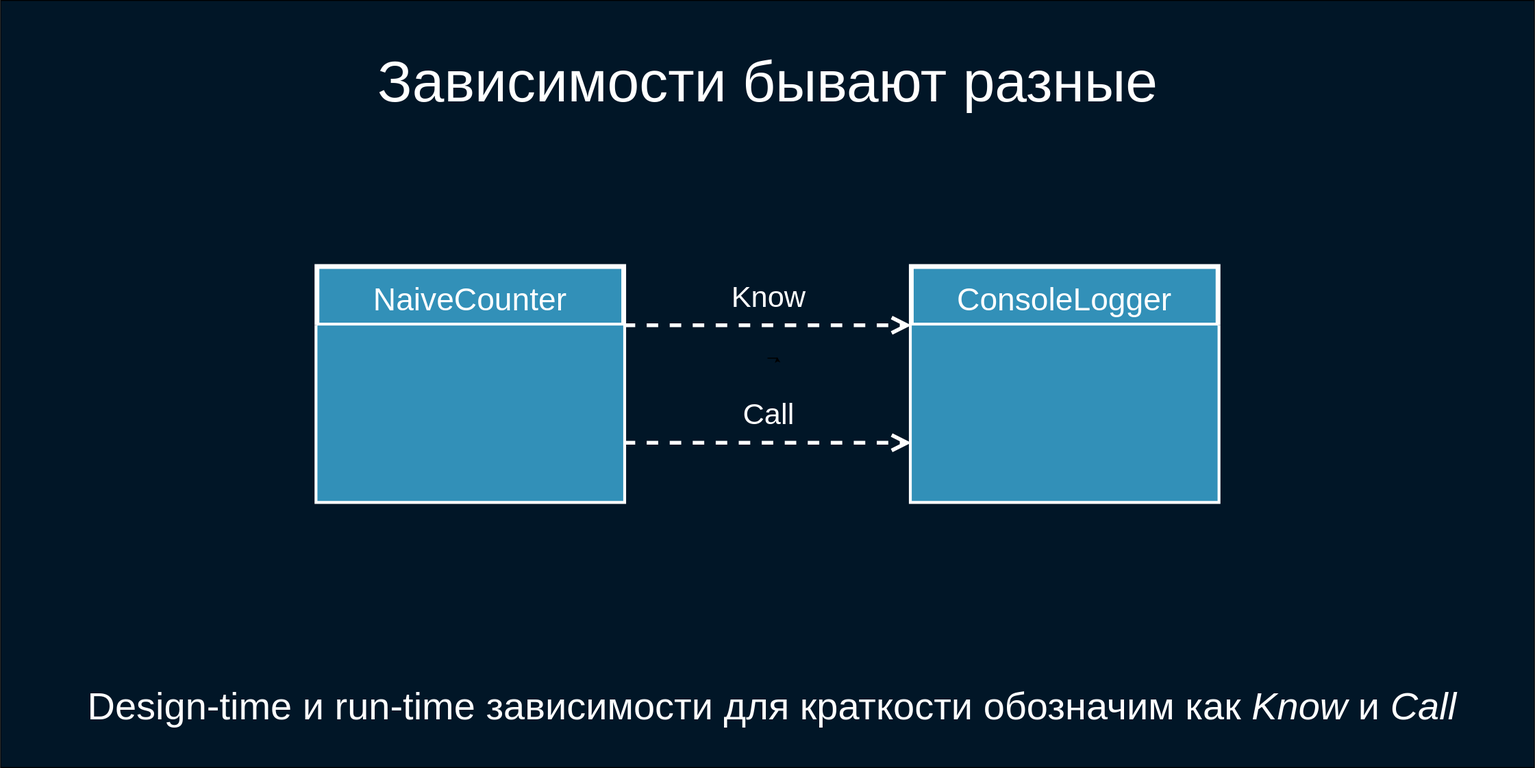
This is deck/ru/diagrams/naive3.svg from softspiders/dip-in-ca-deck, a draw.io export, as it was before one commit. Source tidied: cells renumbered, new cells last; positions are measured from the earlier drawing's top-left corner, leaving out a move shared by most shapes.
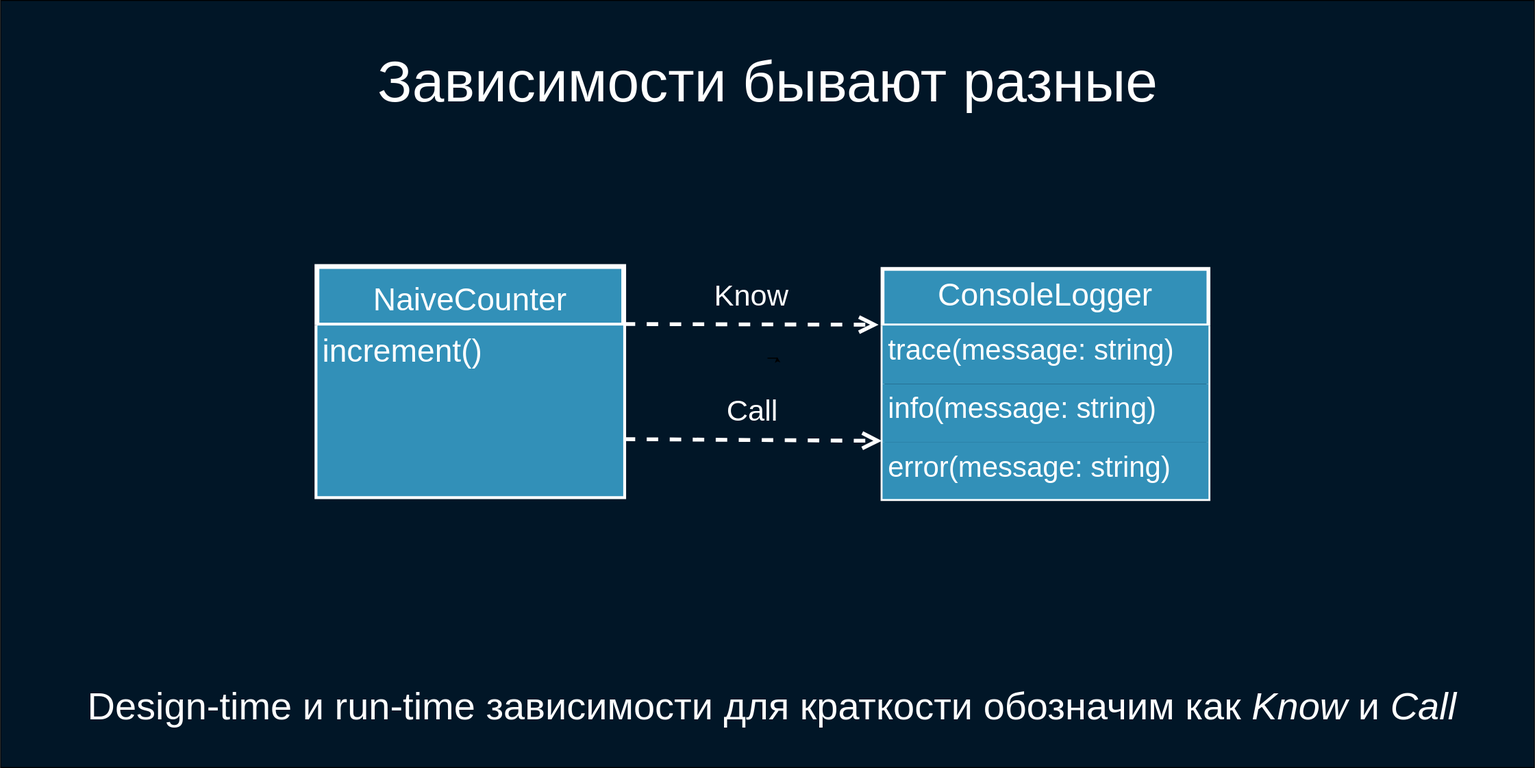
Later version of the same file.

The edit, as a diff of the source:
```diff
@@ -5,21 +5,15 @@
     <mxCell id="2" style="rounded=0;whiteSpace=wrap;html=1;fillColor=#011627;fontSize=30;fontColor=#FFFFFF;strokeColor=#000000;" parent="1" vertex="1">
       <mxGeometry width="1600" height="800" as="geometry" />
     </mxCell>
-    <mxCell id="3" value="Know" style="endArrow=open;endSize=12;dashed=1;html=1;fontSize=31;fontColor=#FFFFFF;strokeColor=#FFFFFF;entryX=0;entryY=0.25;entryDx=0;entryDy=0;strokeWidth=4;labelBackgroundColor=none;rounded=0;exitX=1;exitY=0.25;exitDx=0;exitDy=0;" parent="1" edge="1" source="4" target="6">
+    <mxCell id="3" value="Know" style="endArrow=open;endSize=12;dashed=1;html=1;fontSize=31;fontColor=#FFFFFF;strokeColor=#FFFFFF;entryX=-0.012;entryY=-0.014;entryDx=0;entryDy=0;strokeWidth=4;labelBackgroundColor=none;rounded=0;exitX=1;exitY=0.25;exitDx=0;exitDy=0;entryPerimeter=0;" parent="1" edge="1" source="4" target="12">
       <mxGeometry y="30" relative="1" as="geometry" />
     </mxCell>
     <mxCell id="4" value="NaiveCounter" style="swimlane;fontStyle=0;horizontal=1;startSize=61;fillColor=#3290B8;strokeColor=#FFFFFF;strokeWidth=5;fontSize=33;fontColor=#FFFFFF;" parent="1" vertex="1">
-      <mxGeometry x="330" y="277.5" width="320" height="245" as="geometry" />
+      <mxGeometry x="330" y="277.5" width="320" height="240" as="geometry" />
     </mxCell>
-    <mxCell id="5" style="text;strokeColor=#FFFFFF;fillColor=#3290B8;align=left;verticalAlign=top;spacingLeft=4;spacingRight=4;overflow=hidden;strokeWidth=1;" parent="4" vertex="1">
-      <mxGeometry y="61" width="320" height="184" as="geometry" />
+    <mxCell id="5" value="increment()" style="text;strokeColor=#FFFFFF;fillColor=#3290B8;align=left;verticalAlign=top;spacingLeft=4;spacingRight=4;overflow=hidden;strokeWidth=1;fontSize=33;fontColor=#FFFFFF;" parent="4" vertex="1">
+      <mxGeometry y="61" width="320" height="179" as="geometry" />
     </mxCell>
-    <mxCell id="6" value="ConsoleLogger" style="swimlane;fontStyle=0;horizontal=1;startSize=61;fillColor=#3290B8;strokeColor=#FFFFFF;strokeWidth=5;fontSize=33;fontColor=#FFFFFF;" parent="1" vertex="1">
-      <mxGeometry x="950" y="277.5" width="320" height="245" as="geometry" />
-    </mxCell>
-    <mxCell id="7" style="text;strokeColor=#FFFFFF;fillColor=#3290B8;align=left;verticalAlign=top;spacingLeft=4;spacingRight=4;overflow=hidden;strokeWidth=1;" parent="6" vertex="1">
-      <mxGeometry y="61" width="320" height="184" as="geometry" />
-    </mxCell>
     <mxCell id="8" style="edgeStyle=orthogonalEdgeStyle;rounded=0;orthogonalLoop=1;jettySize=auto;html=1;exitX=0.5;exitY=1;exitDx=0;exitDy=0;entryX=0.553;entryY=0.974;entryDx=0;entryDy=0;entryPerimeter=0;fontSize=33;fontColor=#FFFFFF;" parent="1" edge="1">
       <mxGeometry relative="1" as="geometry">
         <mxPoint x="800" y="373" as="sourcePoint" />
@@ -29,11 +23,23 @@
     <mxCell id="9" value="Зависимости бывают разные" style="text;html=1;strokeColor=none;fillColor=none;align=center;verticalAlign=middle;whiteSpace=wrap;rounded=0;fontSize=60;fontColor=#FFFFFF;" parent="1" vertex="1">
       <mxGeometry x="353.8" y="50" width="892.5" height="70" as="geometry" />
     </mxCell>
-    <mxCell id="10" value="Call" style="endArrow=open;endSize=12;dashed=1;html=1;fontSize=31;fontColor=#FFFFFF;strokeColor=#FFFFFF;entryX=0;entryY=0.75;entryDx=0;entryDy=0;strokeWidth=4;labelBackgroundColor=none;rounded=0;exitX=1;exitY=0.75;exitDx=0;exitDy=0;" parent="1" edge="1" source="4" target="6">
+    <mxCell id="10" value="Call" style="endArrow=open;endSize=12;dashed=1;html=1;fontSize=31;fontColor=#FFFFFF;strokeColor=#FFFFFF;entryX=-0.002;entryY=0.972;entryDx=0;entryDy=0;strokeWidth=4;labelBackgroundColor=none;rounded=0;exitX=1;exitY=0.75;exitDx=0;exitDy=0;entryPerimeter=0;" parent="1" edge="1" source="4" target="13">
       <mxGeometry y="30" relative="1" as="geometry" />
     </mxCell>
     <mxCell id="11" value="Design-time и run-time зависимости для краткости обозначим как &lt;i&gt;Know&lt;/i&gt; и &lt;i&gt;Call&lt;/i&gt;" style="text;html=1;strokeColor=none;fillColor=none;align=center;verticalAlign=middle;whiteSpace=wrap;rounded=0;fontSize=40;fontColor=#FFFFFF;" parent="1" vertex="1">
       <mxGeometry x="20" y="700" width="1570" height="70" as="geometry" />
     </mxCell>
+    <mxCell id="6" value="ConsoleLogger" style="swimlane;fontStyle=0;align=center;verticalAlign=top;horizontal=1;startSize=59;strokeColor=#FFFFFF;strokeWidth=4;fillColor=#3290B8;fontSize=33;fontColor=#FFFFFF;labelBackgroundColor=none;" parent="1" vertex="1">
+      <mxGeometry x="920" y="280" width="340" height="240" as="geometry" />
+    </mxCell>
+    <mxCell id="12" value="trace(message: string)" style="text;strokeColor=none;fillColor=#3290B8;align=left;verticalAlign=top;spacingLeft=4;spacingRight=4;overflow=hidden;points=[[0,0.5],[1,0.5]];portConstraint=eastwest;fontColor=#FFFFFF;fontSize=30;labelBackgroundColor=none;" parent="6" vertex="1">
+      <mxGeometry y="59" width="340" height="61" as="geometry" />
+    </mxCell>
+    <mxCell id="13" value="info(message: string)" style="text;strokeColor=none;fillColor=#3290B8;align=left;verticalAlign=top;spacingLeft=4;spacingRight=4;overflow=hidden;points=[[0,0.5],[1,0.5]];portConstraint=eastwest;fontColor=#FFFFFF;fontSize=30;labelBackgroundColor=none;" parent="6" vertex="1">
+      <mxGeometry y="120" width="340" height="61" as="geometry" />
+    </mxCell>
+    <mxCell id="14" value="error(message: string)" style="text;strokeColor=none;fillColor=#3290B8;align=left;verticalAlign=top;spacingLeft=4;spacingRight=4;overflow=hidden;fontColor=#FFFFFF;fontSize=30;labelBackgroundColor=none;" parent="6" vertex="1">
+      <mxGeometry y="181" width="340" height="59" as="geometry" />
+    </mxCell>
   </root>
 </mxGraphModel>
```
